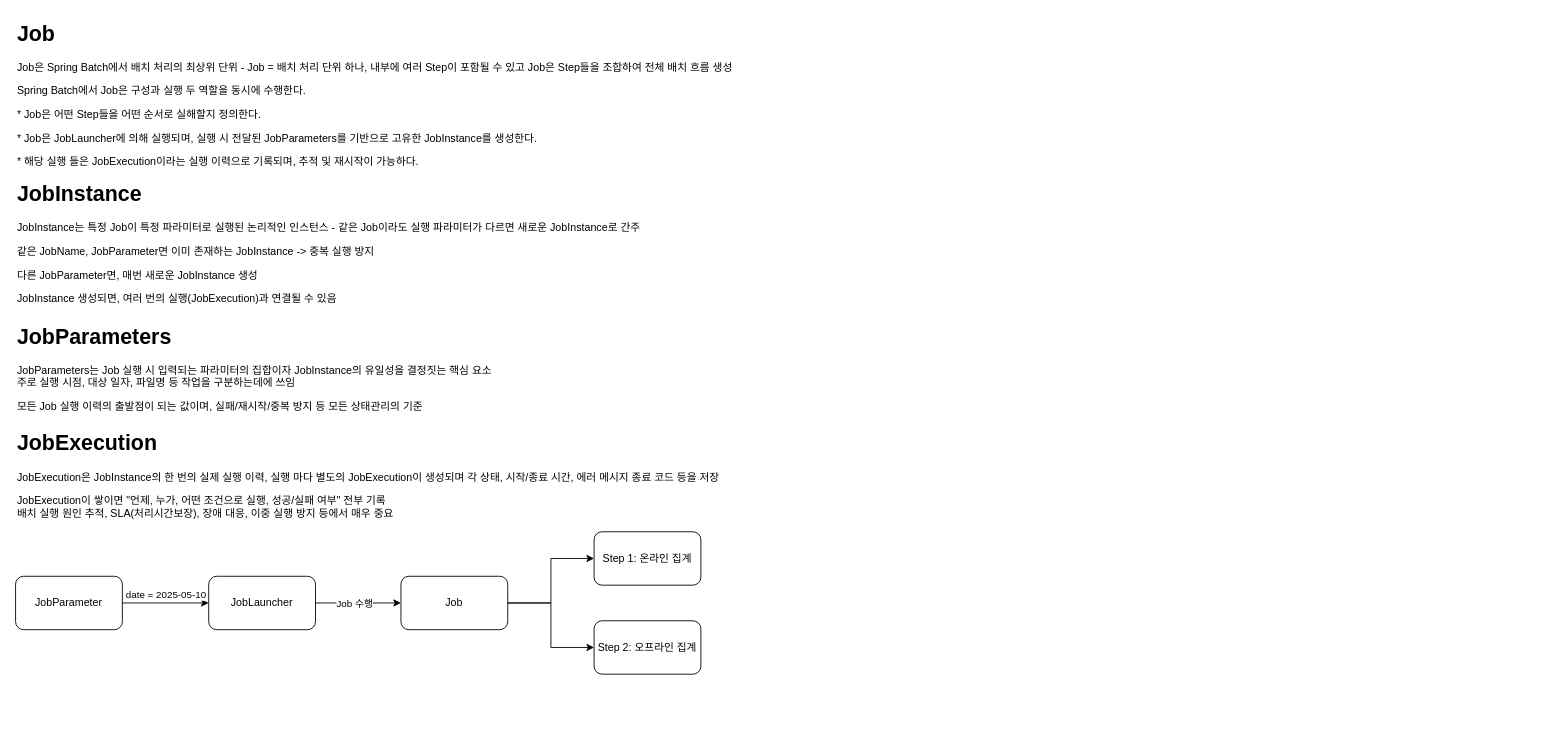
Above: spring-batch.drawio in UHeeJoon/study-with-diagram (draw.io), before the change. Source tidied: cells renumbered, new cells numbered last; positions are measured from the earlier drawing's top-left corner, leaving out a move shared by most shapes. Both pictures are drawn from the tidied source at 89%, with x=0, y=0 at pixel (15, 15).
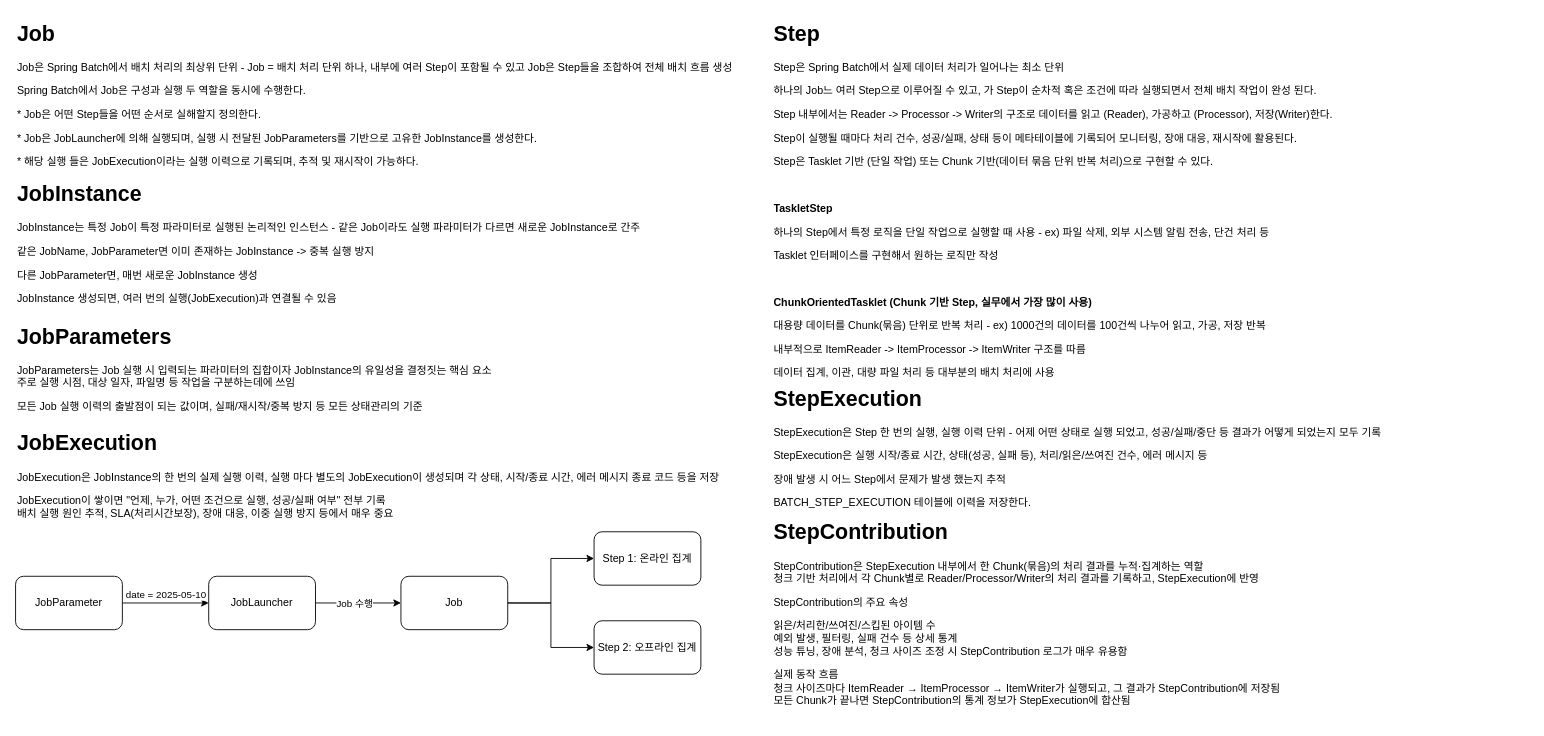
The same diagram, later.

What changed in the source:
```diff
@@
+    <mxCell id="19" value="&lt;h1 style=&quot;margin-top: 0px;&quot;&gt;Step&lt;/h1&gt;&lt;p&gt;Step은 Spring Batch에서 실제 데이터 처리가 일어나는 최소 단위&lt;/p&gt;&lt;p&gt;하나의 Job느 여러 Step으로 이루어질 수 있고, 가 Step이 순차적 혹은 조건에 따라 실행되면서 전체 배치 작업이 완성 된다.&lt;/p&gt;&lt;p&gt;Step 내부에서는 Reader -&amp;gt; Processor -&amp;gt; Writer의 구조로 데이터를 읽고 (Reader), 가공하고 (Processor), 저장(Writer)한다.&lt;/p&gt;&lt;p&gt;Step이 실행될 때마다 처리 건수, 성공/실패, 상태 등이 메타테이블에 기록되어 모니터링, 장애 대응, 재시작에 활용된다.&lt;/p&gt;&lt;p&gt;Step은 Tasklet 기반 (단일 작업) 또는 Chunk 기반(데이터 묶음 단위 반복 처리)으로 구현할 수 있다.&lt;/p&gt;&lt;p&gt;&lt;br&gt;&lt;/p&gt;&lt;p&gt;&lt;b&gt;TaskletStep&lt;/b&gt;&lt;/p&gt;&lt;p&gt;하나의 Step에서 특정 로직을 단일 작업으로 실행할 때 사용 - ex) 파일 삭제, 외부 시스템 알림 전송, 단건 처리 등&lt;/p&gt;&lt;p&gt;Tasklet 인터페이스를 구현해서 원하는 로직만 작성&lt;/p&gt;&lt;p&gt;&lt;br&gt;&lt;/p&gt;&lt;p&gt;&lt;b&gt;ChunkOrientedTasklet (Chunk 기반 Step, 실무에서 가장 많이 사용)&lt;/b&gt;&lt;/p&gt;&lt;p&gt;대용량 데이터를 Chunk(묶음) 단위로 반복 처리 - ex) 1000건의 데이터를 100건씩 나누어 읽고, 가공, 저장 반복&lt;/p&gt;&lt;p&gt;내부적으로 ItemReader -&amp;gt; ItemProcessor -&amp;gt; ItemWriter 구조를 따름&lt;/p&gt;&lt;p&gt;데이터 집계, 이관, 대량 파일 처리 등 대부분의 배치 처리에 사용&lt;/p&gt;" style="text;html=1;whiteSpace=wrap;overflow=hidden;rounded=0;" parent="1" vertex="1">
+      <mxGeometry x="850" width="850" height="410" as="geometry" />
+    </mxCell>
+    <mxCell id="20" value="&lt;h1 style=&quot;margin-top: 0px;&quot;&gt;StepExecution&lt;/h1&gt;&lt;p&gt;StepExecution은 Step 한 번의 실행, 실행 이력 단위 - 어제 어떤 상태로 실행 되었고, 성공/실패/중단 등 결과가 어떻게 되었는지 모두 기록&lt;/p&gt;&lt;p&gt;StepExecution은 실행 시작/종료 시간, 상태(성공, 실패 등), 처리/읽은/쓰여진 건수, 에러 메시지 등&lt;/p&gt;&lt;p&gt;장애 발생 시 어느 Step에서 문제가 발생 했는지 추적&lt;/p&gt;&lt;p&gt;BATCH_STEP_EXECUTION 테이블에 이력을 저장한다.&lt;/p&gt;&lt;p&gt;&lt;br&gt;&lt;/p&gt;" style="text;html=1;whiteSpace=wrap;overflow=hidden;rounded=0;" parent="1" vertex="1">
+      <mxGeometry x="850" y="410" width="850" height="150" as="geometry" />
+    </mxCell>
+    <mxCell id="21" value="&lt;h1 style=&quot;margin-top: 0px;&quot;&gt;StepContribution&lt;/h1&gt;&lt;p&gt;StepContribution은 StepExecution 내부에서 한 Chunk(묶음)의 처리 결과를 누적·집계하는 역할&lt;br&gt;&lt;span style=&quot;background-color: transparent; color: light-dark(rgb(0, 0, 0), rgb(255, 255, 255));&quot;&gt;청크 기반 처리에서 각 Chunk별로 Reader/Processor/Writer의 처리 결과를 기록하고, StepExecution에 반영&lt;/span&gt;&lt;/p&gt;&lt;p&gt;StepContribution의 주요 속성&lt;/p&gt;&lt;p&gt;읽은/처리한/쓰여진/스킵된 아이템 수&lt;br&gt;&lt;span style=&quot;background-color: transparent; color: light-dark(rgb(0, 0, 0), rgb(255, 255, 255));&quot;&gt;예외 발생, 필터링, 실패 건수 등 상세 통계&lt;br&gt;&lt;/span&gt;&lt;span style=&quot;background-color: transparent; color: light-dark(rgb(0, 0, 0), rgb(255, 255, 255));&quot;&gt;성능 튜닝, 장애 분석, 청크 사이즈 조정 시 StepContribution 로그가 매우 유용함&lt;/span&gt;&lt;/p&gt;&lt;p&gt;실제 동작 흐름&lt;br&gt;&lt;span style=&quot;background-color: transparent; color: light-dark(rgb(0, 0, 0), rgb(255, 255, 255));&quot;&gt;청크 사이즈마다 ItemReader → ItemProcessor → ItemWriter가 실행되고, 그 결과가 StepContribution에 저장됨&lt;br&gt;&lt;/span&gt;&lt;span style=&quot;background-color: transparent; color: light-dark(rgb(0, 0, 0), rgb(255, 255, 255));&quot;&gt;모든 Chunk가 끝나면 StepContribution의 통계 정보가 StepExecution에 합산됨&lt;/span&gt;&lt;/p&gt;" style="text;html=1;whiteSpace=wrap;overflow=hidden;rounded=0;" parent="1" vertex="1">
+      <mxGeometry x="850" y="560" width="850" height="230" as="geometry" />
+    </mxCell>
```
